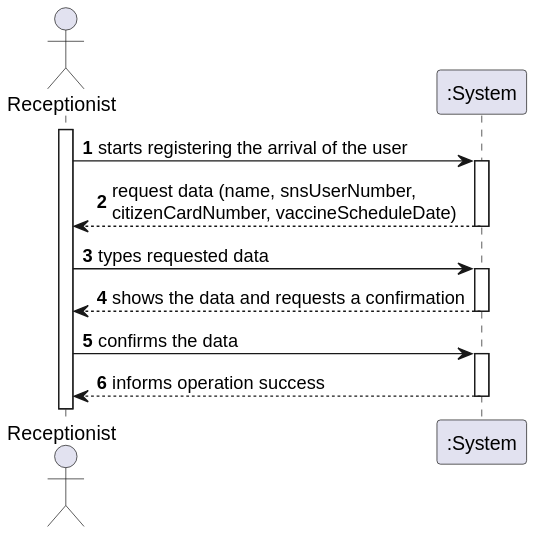
This is docs/SprintC/US4/US4_SSD.svg from diogonapoles/isep-lapr2, a PlantUML export, as it was before one commit.
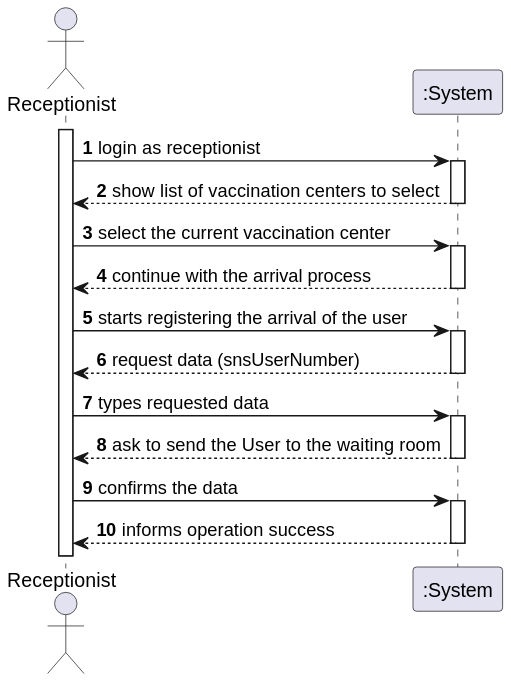
Above is the later version.

What changed in the source:
```diff
@@ -4,15 +4,25 @@
 
 actor "Receptionist" as RCP
 
+
 activate RCP
+RCP -> ":System" :  login as receptionist
+activate ":System"
+":System" --> RCP : show list of vaccination centers to select
+deactivate ":System"
+RCP -> ":System" :  select the current vaccination center
+activate ":System"
+":System" --> RCP : continue with the arrival process
+
+deactivate ":System"
 RCP -> ":System" : starts registering the arrival of the user
 activate ":System"
-":System" --> RCP : request data (name, snsUserNumber, \ncitizenCardNumber, vaccineScheduleDate)
+":System" --> RCP : request data (snsUserNumber)
 deactivate ":System"
 
 RCP -> ":System" : types requested data
 activate ":System"
-":System" --> RCP : shows the data and requests a confirmation
+":System" --> RCP : ask to send the User to the waiting room
 deactivate ":System"
 
 RCP -> ":System" : confirms the data
```
